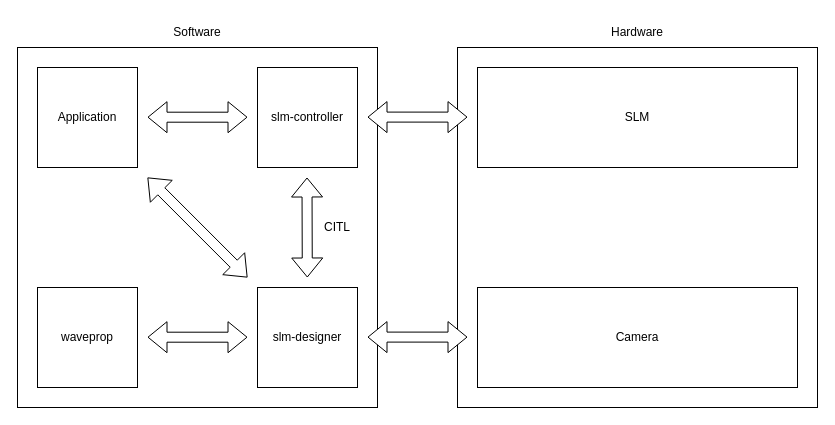
nbaehler/mask-designer keeps this draw.io diagram as documentation/images/structure.drawio. Above is the earlier version. Source tidied: cells renumbered, new cells numbered last; positions are measured from the earlier drawing's top-left corner, leaving out a move shared by most shapes. Both pictures are drawn from the tidied source at 100%, with x=0, y=0 at pixel (17, 17).
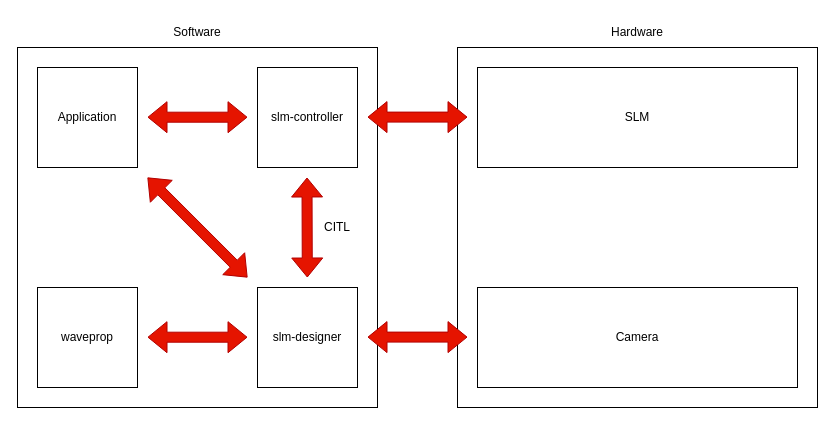
The same page after the edit.

Diff of the diagram source:
```diff
@@
-    <mxCell id="3" style="shape=flexArrow;endArrow=classic;startArrow=classic;html=1;rounded=0;fillColor=default;" parent="1" edge="1">
+    <mxCell id="3" style="shape=flexArrow;endArrow=classic;startArrow=classic;html=1;rounded=0;fillColor=#e51400;strokeColor=#B20000;" parent="1" edge="1">
       <mxGeometry relative="1" as="geometry">
         <mxPoint x="289.8" y="260" as="sourcePoint" />
         <mxPoint x="289.5" y="160" as="targetPoint" />
       </mxGeometry>
     </mxCell>
-    <mxCell id="4" style="shape=flexArrow;endArrow=classic;startArrow=classic;html=1;rounded=0;fillColor=default;" parent="1" edge="1">
+    <mxCell id="4" style="shape=flexArrow;endArrow=classic;startArrow=classic;html=1;rounded=0;fillColor=#e51400;strokeColor=#B20000;" parent="1" edge="1">
       <mxGeometry relative="1" as="geometry">
         <mxPoint x="230" y="99.7" as="sourcePoint" />
         <mxPoint x="130" y="99.7" as="targetPoint" />
       </mxGeometry>
     </mxCell>
-    <mxCell id="5" style="shape=flexArrow;endArrow=classic;startArrow=classic;html=1;rounded=0;fillColor=default;" parent="1" edge="1">
+    <mxCell id="5" style="shape=flexArrow;endArrow=classic;startArrow=classic;html=1;rounded=0;fillColor=#e51400;strokeColor=#B20000;" parent="1" edge="1">
       <mxGeometry relative="1" as="geometry">
         <mxPoint x="230" y="319.7" as="sourcePoint" />
         <mxPoint x="130" y="319.7" as="targetPoint" />
       </mxGeometry>
     </mxCell>
-    <mxCell id="6" style="shape=flexArrow;endArrow=classic;startArrow=classic;html=1;rounded=0;fillColor=default;" parent="1" edge="1">
+    <mxCell id="6" style="shape=flexArrow;endArrow=classic;startArrow=classic;html=1;rounded=0;fillColor=#e51400;strokeColor=#B20000;" parent="1" edge="1">
       <mxGeometry relative="1" as="geometry">
         <mxPoint x="230" y="260" as="sourcePoint" />
         <mxPoint x="130" y="160" as="targetPoint" />
       </mxGeometry>
     </mxCell>
@@
-    <mxCell id="15" style="shape=flexArrow;endArrow=classic;startArrow=classic;html=1;rounded=0;fillColor=default;" parent="1" edge="1">
+    <mxCell id="15" style="shape=flexArrow;endArrow=classic;startArrow=classic;html=1;rounded=0;fillColor=#e51400;strokeColor=#B20000;" parent="1" edge="1">
       <mxGeometry relative="1" as="geometry">
         <mxPoint x="450" y="99.6" as="sourcePoint" />
         <mxPoint x="350" y="99.6" as="targetPoint" />
       </mxGeometry>
     </mxCell>
-    <mxCell id="16" style="shape=flexArrow;endArrow=classic;startArrow=classic;html=1;rounded=0;fillColor=default;" parent="1" edge="1">
+    <mxCell id="16" style="shape=flexArrow;endArrow=classic;startArrow=classic;html=1;rounded=0;fillColor=#e51400;strokeColor=#B20000;" parent="1" edge="1">
       <mxGeometry relative="1" as="geometry">
         <mxPoint x="450" y="319.6" as="sourcePoint" />
         <mxPoint x="350" y="319.6" as="targetPoint" />
       </mxGeometry>
     </mxCell>
```
